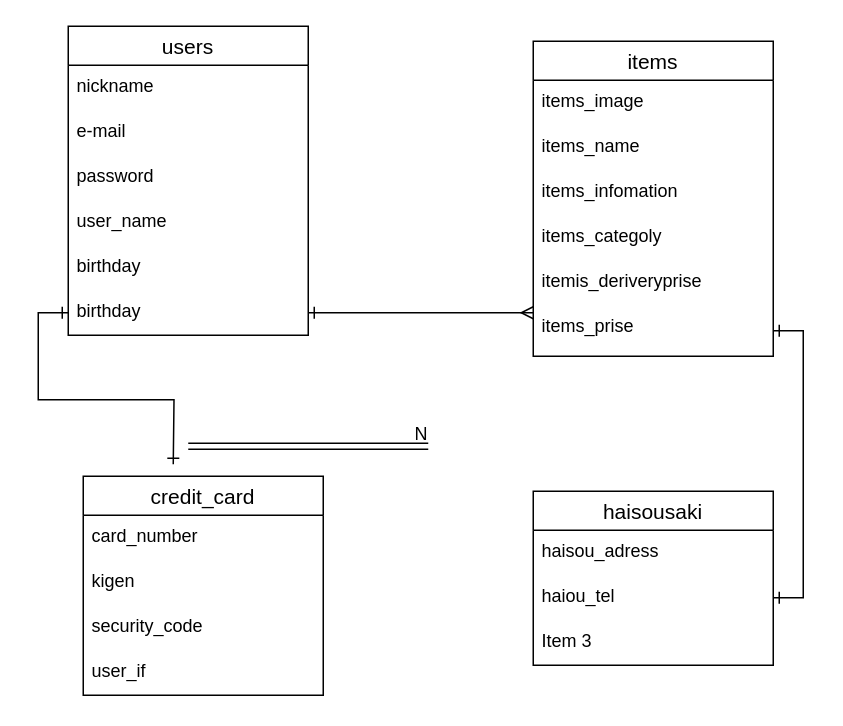
Before: furima.dio in chishakiemiko/furima-28177, a draw.io diagram. Source tidied: cells renumbered, new cells numbered last; positions are measured from the earlier drawing's top-left corner, leaving out a move shared by most shapes. Both pictures are drawn from the tidied source at 150%, with x=0, y=0 at pixel (68, 26).
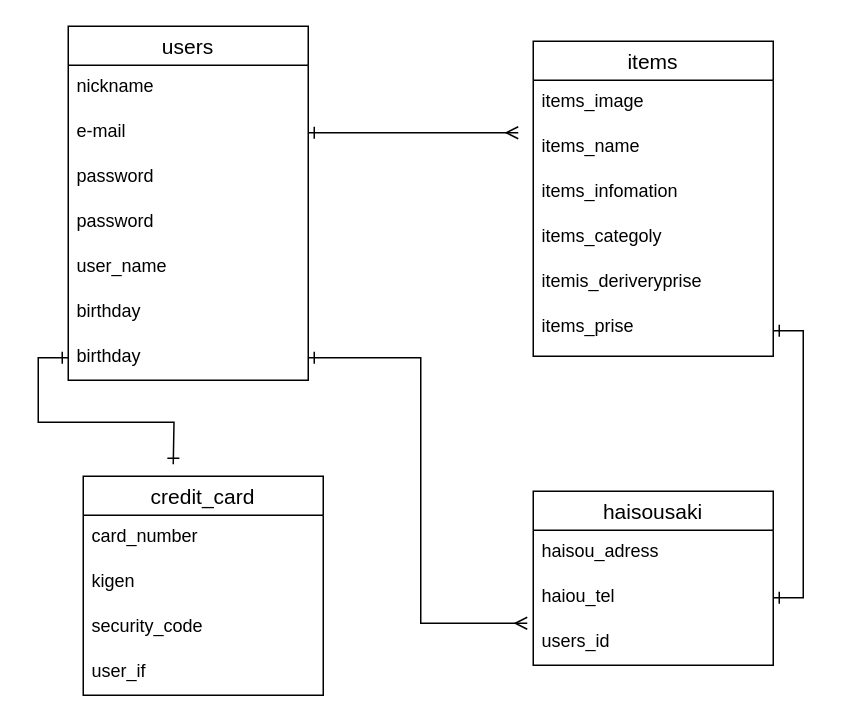
The same diagram, later.

Unchanged cells that the change refers to:
```xml
<mxCell id="9" value="e-mail" style="text;strokeColor=none;fillColor=none;spacingLeft=4;spacingRight=4;overflow=hidden;points=[[0,0.5],[1,0.5]];portConstraint=eastwest;fontSize=12;" parent="7" vertex="1">
  <mxGeometry y="56" width="160" height="30" as="geometry" />
</mxCell>
<mxCell id="20" value="items_prise" style="text;strokeColor=none;fillColor=none;spacingLeft=4;spacingRight=4;overflow=hidden;points=[[0,0.5],[1,0.5]];portConstraint=eastwest;fontSize=12;" parent="14" vertex="1">
  <mxGeometry y="176" width="160" height="34" as="geometry" />
</mxCell>
<mxCell id="21" value="haisousaki" style="swimlane;fontStyle=0;horizontal=1;startSize=26;align=center;fontSize=14;" parent="1" vertex="1">
  <mxGeometry x="310" y="310" width="160" height="116" as="geometry" />
</mxCell>
<mxCell id="23" value="haiou_tel" style="text;strokeColor=none;fillColor=none;spacingLeft=4;spacingRight=4;overflow=hidden;points=[[0,0.5],[1,0.5]];portConstraint=eastwest;fontSize=12;" parent="21" vertex="1">
  <mxGeometry y="56" width="160" height="30" as="geometry" />
</mxCell>
```

The edit, as a diff of the source:
```diff
@@
     <mxCell id="7" value="users" style="swimlane;fontStyle=0;horizontal=1;startSize=26;align=center;fontSize=14;" parent="1" vertex="1">
-      <mxGeometry width="160" height="206" as="geometry" />
+      <mxGeometry width="160" height="236" as="geometry" />
     </mxCell>
@@
+    <mxCell id="30" value="password&#10;" style="text;strokeColor=none;fillColor=none;spacingLeft=4;spacingRight=4;overflow=hidden;fontSize=12;" parent="7" vertex="1">
+      <mxGeometry y="116" width="160" height="30" as="geometry" />
+    </mxCell>
     <mxCell id="11" value="user_name" style="text;strokeColor=none;fillColor=none;spacingLeft=4;spacingRight=4;overflow=hidden;fontSize=12;" parent="7" vertex="1">
-      <mxGeometry y="116" width="160" height="30" as="geometry" />
+      <mxGeometry y="146" width="160" height="30" as="geometry" />
     </mxCell>
     <mxCell id="12" value="birthday" style="text;strokeColor=none;fillColor=none;spacingLeft=4;spacingRight=4;overflow=hidden;fontSize=12;" parent="7" vertex="1">
-      <mxGeometry y="146" width="160" height="30" as="geometry" />
+      <mxGeometry y="176" width="160" height="30" as="geometry" />
     </mxCell>
     <mxCell id="13" value="birthday" style="text;strokeColor=none;fillColor=none;spacingLeft=4;spacingRight=4;overflow=hidden;points=[[0,0.5],[1,0.5]];portConstraint=eastwest;fontSize=12;" parent="7" vertex="1">
-      <mxGeometry y="176" width="160" height="30" as="geometry" />
+      <mxGeometry y="206" width="160" height="30" as="geometry" />
     </mxCell>
@@
-    <mxCell id="24" value="Item 3" style="text;strokeColor=none;fillColor=none;spacingLeft=4;spacingRight=4;overflow=hidden;fontSize=12;" parent="21" vertex="1">
+    <mxCell id="24" value="users_id" style="text;strokeColor=none;fillColor=none;spacingLeft=4;spacingRight=4;overflow=hidden;fontSize=12;" parent="21" vertex="1">
       <mxGeometry y="86" width="160" height="30" as="geometry" />
     </mxCell>
-    <mxCell id="25" style="edgeStyle=orthogonalEdgeStyle;rounded=0;jettySize=auto;html=1;endArrow=ERmany;endFill=0;startArrow=ERone;startFill=0;entryX=0;entryY=0.147;entryDx=0;entryDy=0;entryPerimeter=0;" parent="1" edge="1" source="13" target="20">
-      <mxGeometry relative="1" as="geometry" />
-    </mxCell>
@@
-    <mxCell id="28" style="shape=link;html=1;rounded=0;startArrow=ERone;startFill=0;endArrow=ERone;endFill=0;" parent="1" edge="1">
-      <mxGeometry relative="1" as="geometry">
-        <mxPoint x="80" y="280" as="sourcePoint" />
-        <mxPoint x="240" y="280" as="targetPoint" />
-      </mxGeometry>
-    </mxCell>
-    <mxCell id="29" value="N" style="html=1;align=right;verticalAlign=bottom;" parent="28" vertex="1">
-      <mxGeometry x="1" relative="1" as="geometry" />
-    </mxCell>
+    <mxCell id="31" style="edgeStyle=orthogonalEdgeStyle;rounded=0;jettySize=auto;html=1;exitX=1;exitY=0.5;exitDx=0;exitDy=0;startArrow=ERone;startFill=0;endArrow=ERmany;endFill=0;" parent="1" edge="1" source="9">
+      <mxGeometry relative="1" as="geometry">
+        <mxPoint x="300" y="71" as="targetPoint" />
+      </mxGeometry>
+    </mxCell>
+    <mxCell id="32" style="edgeStyle=orthogonalEdgeStyle;rounded=0;jettySize=auto;html=1;exitX=1;exitY=0.5;exitDx=0;exitDy=0;entryX=-0.025;entryY=1.067;entryDx=0;entryDy=0;entryPerimeter=0;startArrow=ERone;startFill=0;endArrow=ERmany;endFill=0;" parent="1" edge="1" source="13" target="23">
+      <mxGeometry relative="1" as="geometry" />
+    </mxCell>
```
